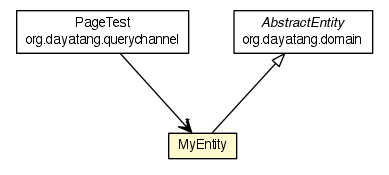
Above: dddlib-query-channel/testapidocs/org/dayatang/querychannel/domain/MyEntity.png in dayatang/dddlib (Graphviz), before the change. Its source is kept beside it as dddlib-query-channel/testapidocs/org/dayatang/querychannel/domain/MyEntity.dot.
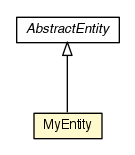
Later version of the same file.

Diff of the diagram source:
```diff
@@ -4,23 +4,15 @@
 	node [fontname="Helvetica",fontsize=10,shape=plaintext];
 	nodesep=0.25;
 	ranksep=0.5;
-	c16 [label=<<table title="org.dayatang.querychannel.domain.MyEntity" border="0" cellborder="1" cellspacing="0" cellpadding="2" port="p" bgcolor="lemonChiffon" href="./MyEntity.html">
+	c14 [label=<<table title="org.dayatang.querychannel.domain.MyEntity" border="0" cellborder="1" cellspacing="0" cellpadding="2" port="p" bgcolor="lemonChiffon" href="./MyEntity.html">
 		<tr><td><table border="0" cellspacing="0" cellpadding="1">
 <tr><td align="center" balign="center"> MyEntity </td></tr>
 		</table></td></tr>
 		</table>>, URL="./MyEntity.html", fontname="Helvetica", fontcolor="black", fontsize=10.0];
-	c24 [label=<<table title="org.dayatang.querychannel.PageTest" border="0" cellborder="1" cellspacing="0" cellpadding="2" port="p" href="../PageTest.html">
-		<tr><td><table border="0" cellspacing="0" cellpadding="1">
-<tr><td align="center" balign="center"> PageTest </td></tr>
-<tr><td align="center" balign="center"> org.dayatang.querychannel </td></tr>
-		</table></td></tr>
-		</table>>, URL="../PageTest.html", fontname="Helvetica", fontcolor="black", fontsize=10.0];
-	c31:p -> c16:p [dir=back,arrowtail=empty];
-	c24:p -> c16:p [taillabel="", label=" "headlabel="*", fontname="Helvetica", fontcolor="black", fontsize=10.0, color="black", arrowhead=open];
-	c31 [label=<<table title="org.dayatang.domain.AbstractEntity" border="0" cellborder="1" cellspacing="0" cellpadding="2" port="p" href="http://java.sun.com/j2se/1.4.2/docs/api/org/dayatang/domain/AbstractEntity.html">
+	c22:p -> c14:p [dir=back,arrowtail=empty];
+	c22 [label=<<table title="org.dayatang.domain.AbstractEntity" border="0" cellborder="1" cellspacing="0" cellpadding="2" port="p">
 		<tr><td><table border="0" cellspacing="0" cellpadding="1">
 <tr><td align="center" balign="center"><font face="Helvetica-Oblique"> AbstractEntity </font></td></tr>
-<tr><td align="center" balign="center"> org.dayatang.domain </td></tr>
 		</table></td></tr>
-		</table>>, URL="http://java.sun.com/j2se/1.4.2/docs/api/org/dayatang/domain/AbstractEntity.html", fontname="Helvetica", fontcolor="black", fontsize=10.0];
+		</table>>, URL="null", fontname="Helvetica", fontcolor="black", fontsize=10.0];
 }
```
